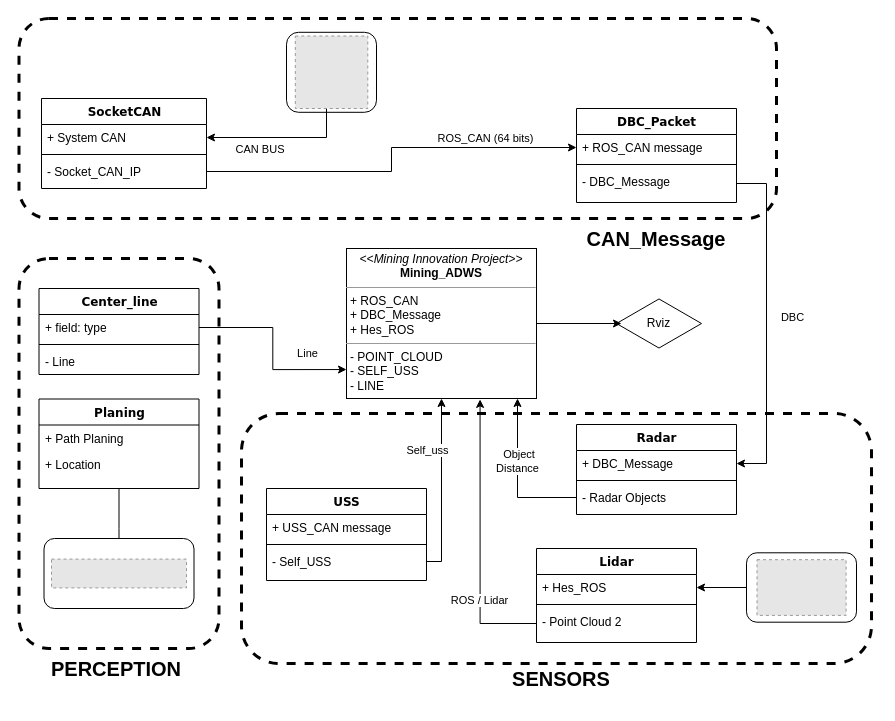
Earlier version of the draw.io diagram pics/Untitled Diagram.drawio (Rayckey/tribot_ws). Source tidied: cells renumbered, new cells numbered last; positions are measured from the earlier drawing's top-left corner, leaving out a move shared by most shapes. Both pictures are drawn from the tidied source at 100%, with x=0, y=0 at pixel (18, 18). Pictures stored in the file or linked from it are replaced by grey dashed boxes.
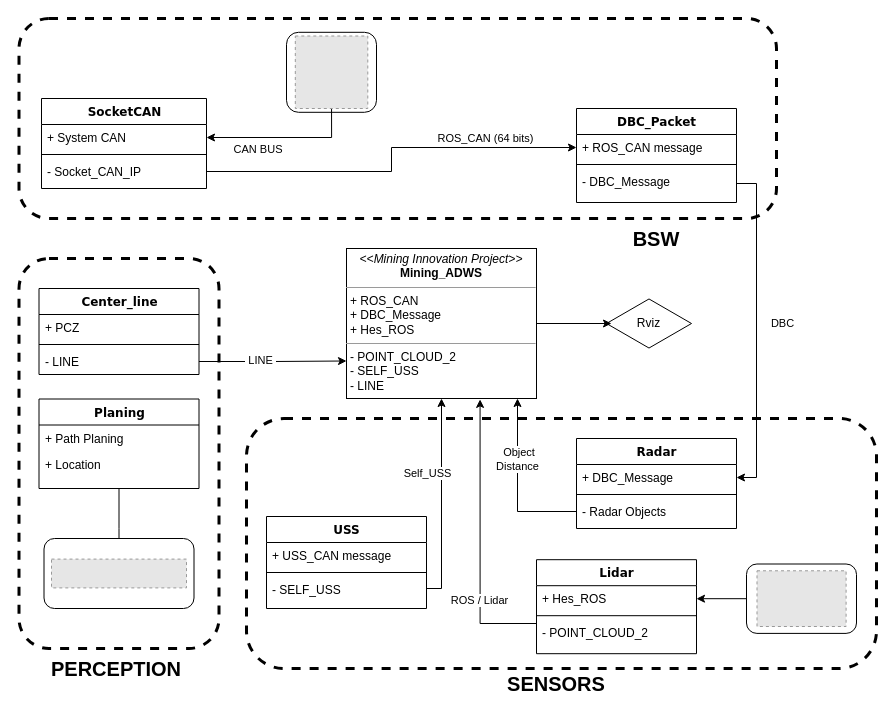
The same page after the edit.

The change refers to these unchanged cells:
```xml
<mxCell id="2" value="Center_line" style="swimlane;html=1;fontStyle=1;align=center;verticalAlign=top;horizontal=1;startSize=26;swimlaneFillColor=#ffffff;rounded=0;shadow=0;comic=0;labelBackgroundColor=none;strokeWidth=1;fillColor=none;fontFamily=Verdana;fontSize=12;" parent="1" vertex="1">
  <mxGeometry x="20.5" y="270" width="160" height="86" as="geometry" />
</mxCell>
<mxCell id="7" value="+ System CAN" style="text;html=1;strokeColor=none;fillColor=none;align=left;verticalAlign=top;spacingLeft=4;spacingRight=4;whiteSpace=wrap;overflow=hidden;points=[[0,0.5],[1,0.5]];portConstraint=eastwest;" parent="6" vertex="1">
  <mxGeometry y="26" width="165" height="26" as="geometry" />
</mxCell>
<mxCell id="13" value="- DBC_Message" style="text;html=1;strokeColor=none;fillColor=none;align=left;verticalAlign=top;spacingLeft=4;spacingRight=4;whiteSpace=wrap;overflow=hidden;points=[[0,0.5],[1,0.5]];portConstraint=eastwest;" parent="10" vertex="1">
  <mxGeometry y="60" width="160" height="30" as="geometry" />
</mxCell>
<mxCell id="19" value="+ DBC_Message" style="text;html=1;strokeColor=none;fillColor=none;align=left;verticalAlign=top;spacingLeft=4;spacingRight=4;whiteSpace=wrap;overflow=hidden;points=[[0,0.5],[1,0.5]];portConstraint=eastwest;" parent="18" vertex="1">
  <mxGeometry y="26" width="160" height="26" as="geometry" />
</mxCell>
<mxCell id="21" value="- Radar Objects" style="text;html=1;strokeColor=none;fillColor=none;align=left;verticalAlign=top;spacingLeft=4;spacingRight=4;whiteSpace=wrap;overflow=hidden;points=[[0,0.5],[1,0.5]];portConstraint=eastwest;" parent="18" vertex="1">
  <mxGeometry y="60" width="160" height="26" as="geometry" />
</mxCell>
<mxCell id="57" style="fillColor=#E6E6E6;strokeColor=#999999;dashed=1;verticalLabelPosition=bottom;labelBackgroundColor=#ffffff;verticalAlign=top;" parent="1" vertex="1">
  <mxGeometry x="276.8" y="17.5" width="72.5" height="72.5" as="geometry" />
</mxCell>
```

Diff of the diagram source:
```diff
@@
-    <mxCell id="3" value="+ field: type" style="text;html=1;strokeColor=none;fillColor=none;align=left;verticalAlign=top;spacingLeft=4;spacingRight=4;whiteSpace=wrap;overflow=hidden;points=[[0,0.5],[1,0.5]];portConstraint=eastwest;" parent="2" vertex="1">
+    <mxCell id="3" value="+ PCZ" style="text;html=1;strokeColor=none;fillColor=none;align=left;verticalAlign=top;spacingLeft=4;spacingRight=4;whiteSpace=wrap;overflow=hidden;points=[[0,0.5],[1,0.5]];portConstraint=eastwest;" parent="2" vertex="1">
       <mxGeometry y="26" width="160" height="26" as="geometry" />
     </mxCell>
@@
-    <mxCell id="5" value="- Line" style="text;html=1;strokeColor=none;fillColor=none;align=left;verticalAlign=top;spacingLeft=4;spacingRight=4;whiteSpace=wrap;overflow=hidden;points=[[0,0.5],[1,0.5]];portConstraint=eastwest;" parent="2" vertex="1">
+    <mxCell id="5" value="- LINE" style="text;html=1;strokeColor=none;fillColor=none;align=left;verticalAlign=top;spacingLeft=4;spacingRight=4;whiteSpace=wrap;overflow=hidden;points=[[0,0.5],[1,0.5]];portConstraint=eastwest;" parent="2" vertex="1">
       <mxGeometry y="60" width="160" height="26" as="geometry" />
     </mxCell>
@@
     <mxCell id="14" value="USS" style="swimlane;html=1;fontStyle=1;align=center;verticalAlign=top;horizontal=1;startSize=26;swimlaneFillColor=#ffffff;rounded=0;shadow=0;comic=0;labelBackgroundColor=none;strokeWidth=1;fillColor=none;fontFamily=Verdana;fontSize=12;" parent="1" vertex="1">
-      <mxGeometry x="248" y="470" width="160" height="92" as="geometry" />
+      <mxGeometry x="248" y="498" width="160" height="92" as="geometry" />
     </mxCell>
@@
-    <mxCell id="17" value="- Self_USS" style="text;html=1;strokeColor=none;fillColor=none;align=left;verticalAlign=top;spacingLeft=4;spacingRight=4;whiteSpace=wrap;overflow=hidden;points=[[0,0.5],[1,0.5]];portConstraint=eastwest;" parent="14" vertex="1">
+    <mxCell id="17" value="- SELF_USS" style="text;html=1;strokeColor=none;fillColor=none;align=left;verticalAlign=top;spacingLeft=4;spacingRight=4;whiteSpace=wrap;overflow=hidden;points=[[0,0.5],[1,0.5]];portConstraint=eastwest;" parent="14" vertex="1">
       <mxGeometry y="60" width="160" height="26" as="geometry" />
     </mxCell>
     <mxCell id="18" value="Radar" style="swimlane;html=1;fontStyle=1;align=center;verticalAlign=top;horizontal=1;startSize=26;swimlaneFillColor=#ffffff;rounded=0;shadow=0;comic=0;labelBackgroundColor=none;strokeWidth=1;fillColor=none;fontFamily=Verdana;fontSize=12;" parent="1" vertex="1">
-      <mxGeometry x="558" y="406" width="160" height="90" as="geometry" />
+      <mxGeometry x="558" y="420" width="160" height="90" as="geometry" />
     </mxCell>
@@
     <mxCell id="26" value="Lidar" style="swimlane;html=1;fontStyle=1;align=center;verticalAlign=top;horizontal=1;startSize=26;swimlaneFillColor=#ffffff;rounded=0;shadow=0;comic=0;labelBackgroundColor=none;strokeWidth=1;fillColor=none;fontFamily=Verdana;fontSize=12;" parent="1" vertex="1">
-      <mxGeometry x="518" y="530" width="160" height="94" as="geometry" />
+      <mxGeometry x="518" y="541.2" width="160" height="94" as="geometry" />
     </mxCell>
@@
-    <mxCell id="29" value="- Point Cloud 2" style="text;html=1;strokeColor=none;fillColor=none;align=left;verticalAlign=top;spacingLeft=4;spacingRight=4;whiteSpace=wrap;overflow=hidden;points=[[0,0.5],[1,0.5]];portConstraint=eastwest;" parent="26" vertex="1">
+    <mxCell id="29" value="- POINT_CLOUD_2" style="text;html=1;strokeColor=none;fillColor=none;align=left;verticalAlign=top;spacingLeft=4;spacingRight=4;whiteSpace=wrap;overflow=hidden;points=[[0,0.5],[1,0.5]];portConstraint=eastwest;" parent="26" vertex="1">
       <mxGeometry y="60" width="160" height="30" as="geometry" />
     </mxCell>
@@
-    <mxCell id="31" value="&lt;p style=&quot;margin: 0px ; margin-top: 4px ; text-align: center&quot;&gt;&lt;i&gt;&amp;lt;&amp;lt;Mining Innovation Project&amp;gt;&amp;gt;&lt;/i&gt;&lt;br&gt;&lt;b&gt;Mining_ADWS&lt;/b&gt;&lt;/p&gt;&lt;hr size=&quot;1&quot;&gt;&lt;p style=&quot;margin: 0px ; margin-left: 4px&quot;&gt;+ ROS_CAN&amp;nbsp;&lt;/p&gt;&lt;p style=&quot;margin: 0px ; margin-left: 4px&quot;&gt;+ DBC_Message&lt;br&gt;+ Hes_ROS&lt;/p&gt;&lt;hr size=&quot;1&quot;&gt;&lt;p style=&quot;margin: 0px ; margin-left: 4px&quot;&gt;- POINT_CLOUD&lt;/p&gt;&lt;p style=&quot;margin: 0px ; margin-left: 4px&quot;&gt;- SELF_USS&lt;/p&gt;&lt;p style=&quot;margin: 0px ; margin-left: 4px&quot;&gt;- LINE&lt;/p&gt;" style="verticalAlign=top;align=left;overflow=fill;fontSize=12;fontFamily=Helvetica;html=1;rounded=0;shadow=0;comic=0;labelBackgroundColor=none;strokeWidth=1;" parent="1" vertex="1">
+    <mxCell id="31" value="&lt;p style=&quot;margin: 0px ; margin-top: 4px ; text-align: center&quot;&gt;&lt;i&gt;&amp;lt;&amp;lt;Mining Innovation Project&amp;gt;&amp;gt;&lt;/i&gt;&lt;br&gt;&lt;b&gt;Mining_ADWS&lt;/b&gt;&lt;/p&gt;&lt;hr size=&quot;1&quot;&gt;&lt;p style=&quot;margin: 0px ; margin-left: 4px&quot;&gt;+ ROS_CAN&amp;nbsp;&lt;/p&gt;&lt;p style=&quot;margin: 0px ; margin-left: 4px&quot;&gt;+ DBC_Message&lt;br&gt;+ Hes_ROS&lt;/p&gt;&lt;hr size=&quot;1&quot;&gt;&lt;p style=&quot;margin: 0px ; margin-left: 4px&quot;&gt;- POINT_CLOUD_2&lt;/p&gt;&lt;p style=&quot;margin: 0px ; margin-left: 4px&quot;&gt;- SELF_USS&lt;/p&gt;&lt;p style=&quot;margin: 0px ; margin-left: 4px&quot;&gt;- LINE&lt;/p&gt;" style="verticalAlign=top;align=left;overflow=fill;fontSize=12;fontFamily=Helvetica;html=1;rounded=0;shadow=0;comic=0;labelBackgroundColor=none;strokeWidth=1;" parent="1" vertex="1">
       <mxGeometry x="328" y="230" width="190" height="150" as="geometry" />
     </mxCell>
-    <mxCell id="32" style="edgeStyle=orthogonalEdgeStyle;rounded=0;jettySize=auto;html=1;entryX=1;entryY=0.5;entryDx=0;entryDy=0;" parent="1" edge="1" target="7">
+    <mxCell id="32" style="edgeStyle=orthogonalEdgeStyle;rounded=0;jettySize=auto;html=1;entryX=1;entryY=0.5;entryDx=0;entryDy=0;exitX=0.5;exitY=1;exitDx=0;exitDy=0;" parent="1" edge="1" source="57" target="7">
       <mxGeometry relative="1" as="geometry">
-        <mxPoint x="308" y="80" as="sourcePoint" />
         <Array as="points">
-          <mxPoint x="308" y="119" />
+          <mxPoint x="313" y="119" />
         </Array>
       </mxGeometry>
     </mxCell>
@@
     <mxCell id="35" style="edgeStyle=orthogonalEdgeStyle;rounded=0;jettySize=auto;html=1;" parent="1" edge="1" source="13" target="19">
       <mxGeometry relative="1" as="geometry">
         <Array as="points">
-          <mxPoint x="748" y="165" />
-          <mxPoint x="748" y="445" />
+          <mxPoint x="738" y="165" />
+          <mxPoint x="738" y="459" />
         </Array>
       </mxGeometry>
     </mxCell>
@@
     <mxCell id="37" style="edgeStyle=orthogonalEdgeStyle;rounded=0;jettySize=auto;html=1;" parent="1" edge="1" source="21">
       <mxGeometry relative="1" as="geometry">
         <mxPoint x="499" y="380" as="targetPoint" />
         <Array as="points">
-          <mxPoint x="499" y="479" />
+          <mxPoint x="499" y="493" />
         </Array>
       </mxGeometry>
     </mxCell>
     <mxCell id="38" value="&amp;nbsp;Object &lt;br&gt;Distance" style="edgeLabel;html=1;align=center;verticalAlign=middle;" parent="37" vertex="1">
       <mxGeometry x="0.42" y="-1" relative="1" as="geometry">
-        <mxPoint x="-2" y="16" as="offset" />
+        <mxPoint x="-2" y="10" as="offset" />
       </mxGeometry>
     </mxCell>
@@
     <mxCell id="41" style="edgeStyle=orthogonalEdgeStyle;rounded=0;jettySize=auto;html=1;entryX=0.5;entryY=1;entryDx=0;entryDy=0;" parent="1" edge="1" source="17" target="31">
       <mxGeometry relative="1" as="geometry">
         <Array as="points">
-          <mxPoint x="423" y="543" />
+          <mxPoint x="328" y="570" />
+          <mxPoint x="423" y="570" />
         </Array>
       </mxGeometry>
     </mxCell>
-    <mxCell id="42" value="Self_uss" style="edgeLabel;html=1;align=center;verticalAlign=middle;" parent="41" vertex="1">
+    <mxCell id="42" value="Self_USS" style="edgeLabel;html=1;align=center;verticalAlign=middle;" parent="41" vertex="1">
       <mxGeometry x="-0.69" y="-2" relative="1" as="geometry">
         <mxPoint x="-17" y="-99" as="offset" />
       </mxGeometry>
     </mxCell>
-    <mxCell id="43" style="edgeStyle=orthogonalEdgeStyle;rounded=0;jettySize=auto;html=1;entryX=0;entryY=0.807;entryDx=0;entryDy=0;entryPerimeter=0;" parent="1" edge="1" source="3" target="31">
-      <mxGeometry relative="1" as="geometry" />
-    </mxCell>
-    <mxCell id="44" value="&amp;nbsp;Line&amp;nbsp;" style="edgeLabel;html=1;align=center;verticalAlign=middle;" parent="43" vertex="1">
-      <mxGeometry x="-0.15" relative="1" as="geometry">
-        <mxPoint x="34" y="18" as="offset" />
-      </mxGeometry>
-    </mxCell>
@@
-    <mxCell id="50" value="&lt;span style=&quot;font-size: 20px&quot;&gt;&lt;b&gt;CAN_Message&lt;/b&gt;&lt;/span&gt;" style="text;html=1;strokeColor=none;fillColor=none;align=center;verticalAlign=middle;whiteSpace=wrap;rounded=0;dashed=1;" parent="1" vertex="1">
+    <mxCell id="50" value="&lt;span style=&quot;font-size: 20px&quot;&gt;&lt;b&gt;BSW&lt;/b&gt;&lt;/span&gt;" style="text;html=1;strokeColor=none;fillColor=none;align=center;verticalAlign=middle;whiteSpace=wrap;rounded=0;dashed=1;" parent="1" vertex="1">
       <mxGeometry x="573" y="200" width="130" height="40" as="geometry" />
     </mxCell>
     <mxCell id="51" style="rounded=1;whiteSpace=wrap;html=1;fillColor=none;dashed=1;strokeWidth=3;" parent="1" vertex="1">
-      <mxGeometry x="223" y="395" width="630" height="250" as="geometry" />
+      <mxGeometry x="228" y="400" width="630" height="250" as="geometry" />
     </mxCell>
     <mxCell id="52" value="&lt;b&gt;&lt;font style=&quot;font-size: 20px&quot;&gt;SENSORS&lt;/font&gt;&lt;/b&gt;" style="text;html=1;strokeColor=none;fillColor=none;align=center;verticalAlign=middle;whiteSpace=wrap;rounded=0;dashed=1;" parent="1" vertex="1">
-      <mxGeometry x="478" y="640" width="130" height="40" as="geometry" />
+      <mxGeometry x="473" y="645" width="130" height="40" as="geometry" />
     </mxCell>
@@
     <mxCell id="54" style="rounded=1;whiteSpace=wrap;html=1;strokeWidth=1;fillColor=none;" parent="1" vertex="1">
-      <mxGeometry x="728" y="534.3" width="110" height="69.4" as="geometry" />
+      <mxGeometry x="728" y="545.5" width="110" height="69.4" as="geometry" />
     </mxCell>
     <mxCell id="55" style="fillColor=#E6E6E6;strokeColor=#999999;dashed=1;verticalLabelPosition=bottom;labelBackgroundColor=#ffffff;verticalAlign=top;" parent="1" vertex="1">
-      <mxGeometry x="738.5" y="541.2" width="89.1" height="55.7" as="geometry" />
+      <mxGeometry x="738.5" y="552.3" width="89.1" height="55.7" as="geometry" />
     </mxCell>
@@
     <mxCell id="58" value="Rviz" style="html=1;whiteSpace=wrap;shape=isoRectangle;strokeWidth=1;fillColor=none;" parent="1" vertex="1">
-      <mxGeometry x="598" y="279.5" width="85" height="51" as="geometry" />
+      <mxGeometry x="588" y="279.5" width="85" height="51" as="geometry" />
     </mxCell>
+    <mxCell id="59" style="edgeStyle=orthogonalEdgeStyle;rounded=0;jettySize=auto;html=1;entryX=0;entryY=0.75;entryDx=0;entryDy=0;" parent="1" edge="1" source="5" target="31">
+      <mxGeometry relative="1" as="geometry" />
+    </mxCell>
+    <mxCell id="60" value="&amp;nbsp;LINE&amp;nbsp;" style="edgeLabel;html=1;align=center;verticalAlign=middle;" parent="59" vertex="1">
+      <mxGeometry x="-0.17" y="2" relative="1" as="geometry" />
+    </mxCell>
```
